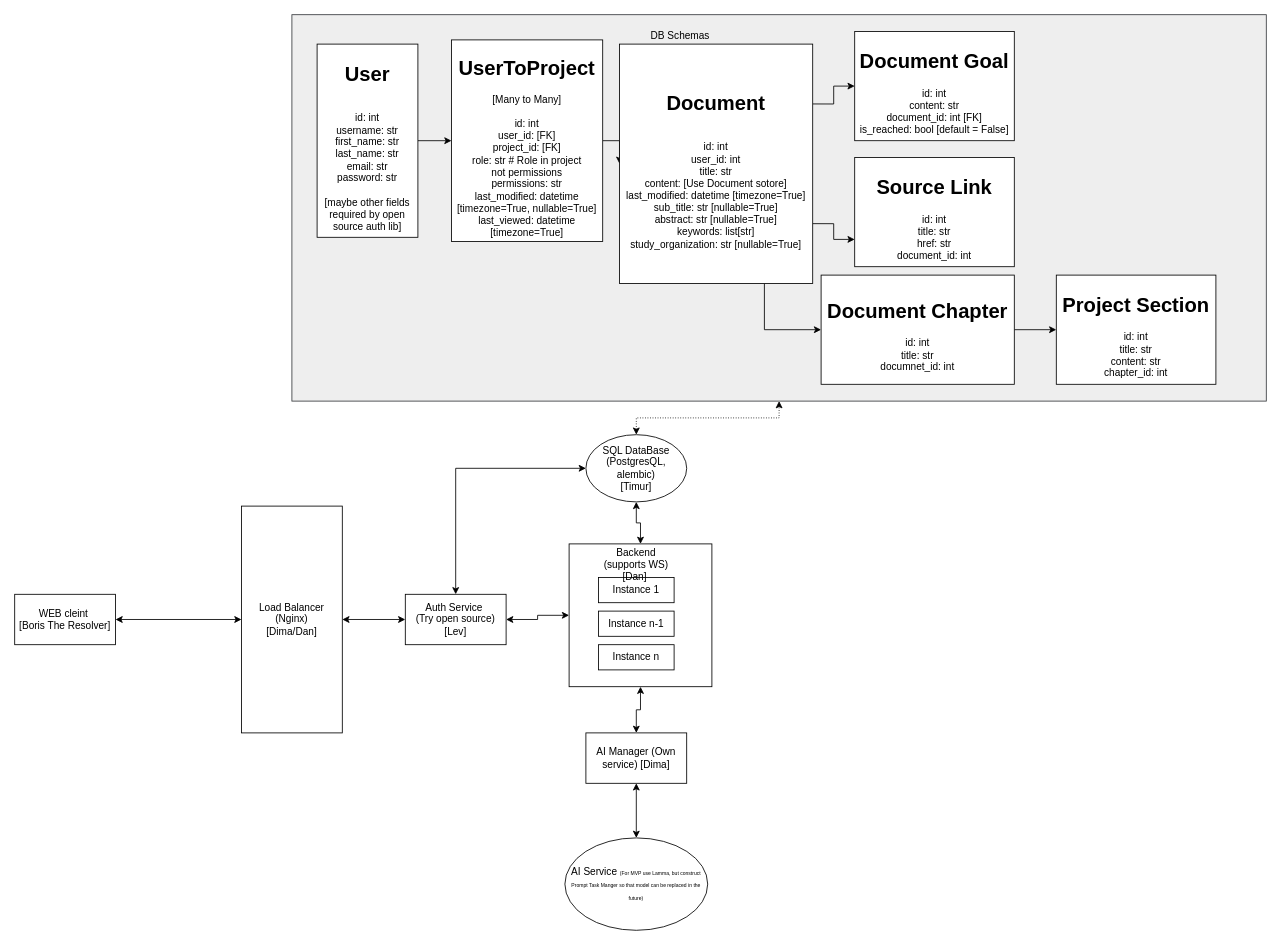
bani2016up/sae_single_repo keeps this draw.io diagram as BluePrint SEA.drawio. Above is the earlier version. Source tidied: cells renumbered, new cells numbered last; positions are measured from the earlier drawing's top-left corner, leaving out a move shared by most shapes. Both pictures are drawn from the tidied source at 84%, with x=0, y=0 at pixel (14, 14).
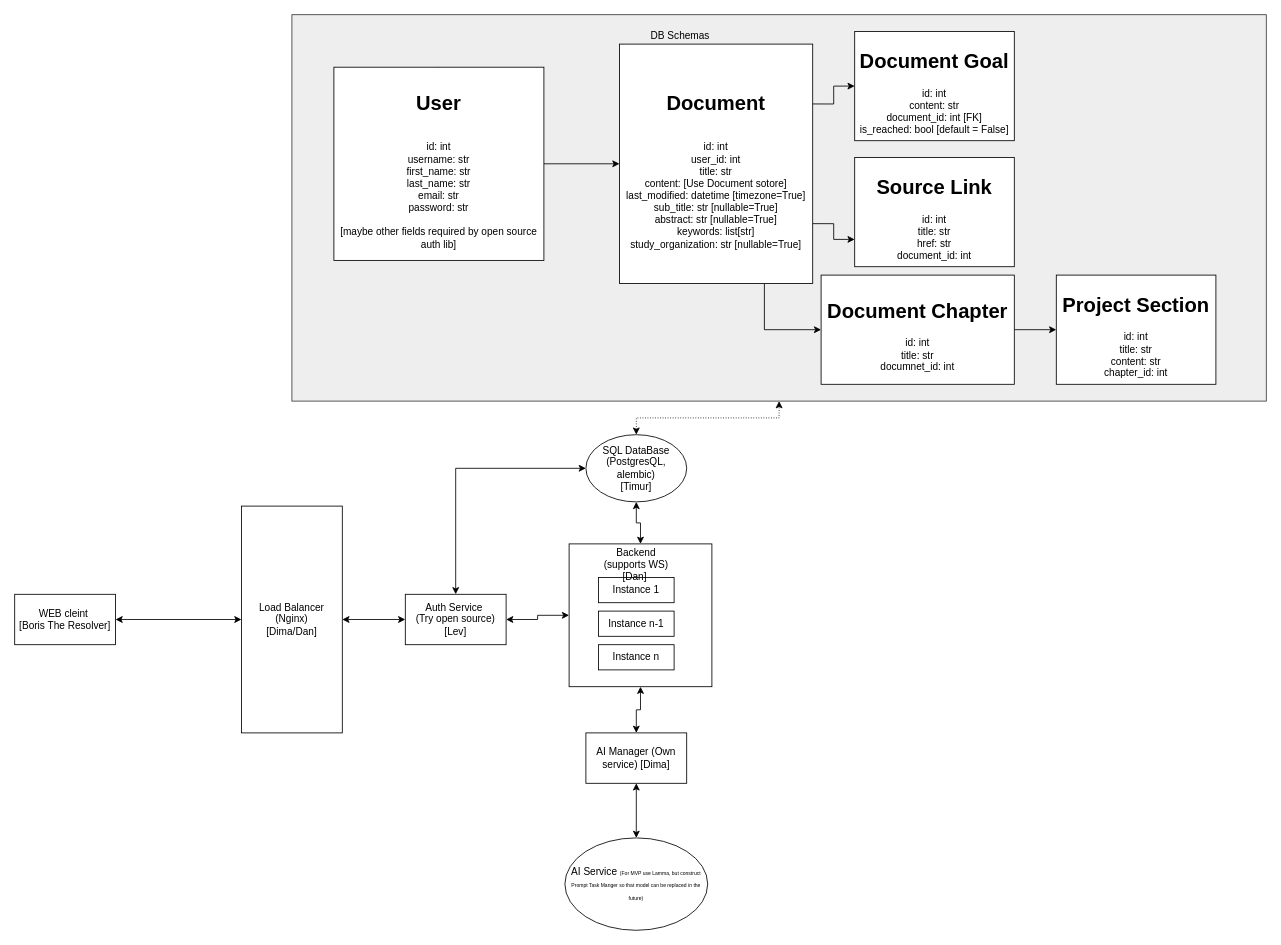
The same diagram, later.

Unchanged cells that the change refers to:
```xml
<mxCell id="17" style="rounded=0;whiteSpace=wrap;html=1;fillColor=#eeeeee;strokeColor=#36393d;" parent="1" vertex="1">
  <mxGeometry x="330" width="1160" height="460" as="geometry" />
</mxCell>
<mxCell id="28" value="&lt;h1&gt;Document&lt;/h1&gt;&lt;div&gt;&lt;br&gt;&lt;/div&gt;&lt;div&gt;id: int&lt;/div&gt;&lt;div&gt;user_id: int&lt;/div&gt;&lt;div&gt;title: str&lt;/div&gt;&lt;div&gt;content: [Use Document sotore]&lt;/div&gt;&lt;div&gt;last_modified: datetime [timezone=True]&lt;/div&gt;&lt;div&gt;&lt;div&gt;sub_title: str [nullable=True]&lt;/div&gt;&lt;div&gt;abstract: str&amp;nbsp;&lt;span style=&quot;background-color: transparent; color: light-dark(rgb(0, 0, 0), rgb(255, 255, 255));&quot;&gt;[nullable=True]&lt;/span&gt;&lt;/div&gt;&lt;div&gt;&lt;span style=&quot;background-color: transparent; color: light-dark(rgb(0, 0, 0), rgb(255, 255, 255));&quot;&gt;keywords: list[str]&lt;/span&gt;&lt;/div&gt;&lt;div&gt;study_organization: str&amp;nbsp;&lt;span style=&quot;background-color: transparent; color: light-dark(rgb(0, 0, 0), rgb(255, 255, 255));&quot;&gt;[nullable=True]&lt;/span&gt;&lt;/div&gt;&lt;/div&gt;" style="whiteSpace=wrap;html=1;rounded=0;" parent="1" vertex="1">
  <mxGeometry x="720" y="35" width="230" height="285" as="geometry" />
</mxCell>
```

The edit, as a diff of the source:
```diff
@@
-    <mxCell id="18" style="edgeStyle=orthogonalEdgeStyle;rounded=0;jettySize=auto;html=1;" parent="1" edge="1" source="19" target="23">
-      <mxGeometry relative="1" as="geometry" />
+    <mxCell id="18" style="edgeStyle=orthogonalEdgeStyle;rounded=0;jettySize=auto;html=1;" parent="1" edge="1" source="19" target="17">
+      <mxGeometry relative="1" as="geometry">
+        <Array as="points">
+          <mxPoint x="620" y="140" />
+          <mxPoint x="620" y="140" />
+        </Array>
+      </mxGeometry>
     </mxCell>
     <mxCell id="19" value="&lt;h1&gt;User&lt;/h1&gt;&lt;div&gt;&lt;br&gt;&lt;/div&gt;&lt;div&gt;id: int&lt;/div&gt;&lt;div&gt;username: str&lt;/div&gt;&lt;div&gt;first_name: str&lt;/div&gt;&lt;div&gt;last_name: str&lt;/div&gt;&lt;div&gt;email: str&lt;/div&gt;&lt;div&gt;password: str&lt;/div&gt;&lt;div&gt;&lt;br&gt;&lt;/div&gt;&lt;div&gt;[maybe other fields required by open source auth lib]&lt;/div&gt;" style="rounded=0;whiteSpace=wrap;html=1;" parent="1" vertex="1">
-      <mxGeometry x="360" y="35" width="120" height="230" as="geometry" />
+      <mxGeometry x="380" y="62.5" width="250" height="230" as="geometry" />
     </mxCell>
@@
-    <mxCell id="22" style="edgeStyle=orthogonalEdgeStyle;rounded=0;jettySize=auto;html=1;" parent="1" edge="1" source="23" target="28">
-      <mxGeometry relative="1" as="geometry" />
-    </mxCell>
-    <mxCell id="23" value="&lt;h1&gt;UserToProject&lt;/h1&gt;&lt;div&gt;[Many to Many]&lt;/div&gt;&lt;div&gt;&lt;br&gt;&lt;/div&gt;&lt;div&gt;id: int&lt;/div&gt;&lt;div&gt;user_id: [FK]&lt;/div&gt;&lt;div&gt;project_id: [FK]&lt;/div&gt;&lt;div&gt;role: str # Role in project not&amp;nbsp;&lt;span style=&quot;background-color: transparent; color: light-dark(rgb(0, 0, 0), rgb(255, 255, 255));&quot;&gt;permissions&lt;/span&gt;&lt;/div&gt;&lt;div&gt;permissions: str&lt;/div&gt;&lt;div&gt;last_modified: datetime [timezone=True, nullable=True]&lt;/div&gt;&lt;div&gt;last_viewed: datetime [timezone=True]&lt;/div&gt;" style="rounded=0;whiteSpace=wrap;html=1;" parent="1" vertex="1">
-      <mxGeometry x="520" y="30" width="180" height="240" as="geometry" />
-    </mxCell>
@@
+    <mxCell id="37" style="endArrow=classic;html=1;entryX=0;entryY=0.5;entryDx=0;entryDy=0;exitX=1;exitY=0.5;exitDx=0;exitDy=0;" parent="1" edge="1" source="19" target="28">
+      <mxGeometry relative="1" as="geometry" />
+    </mxCell>
```
